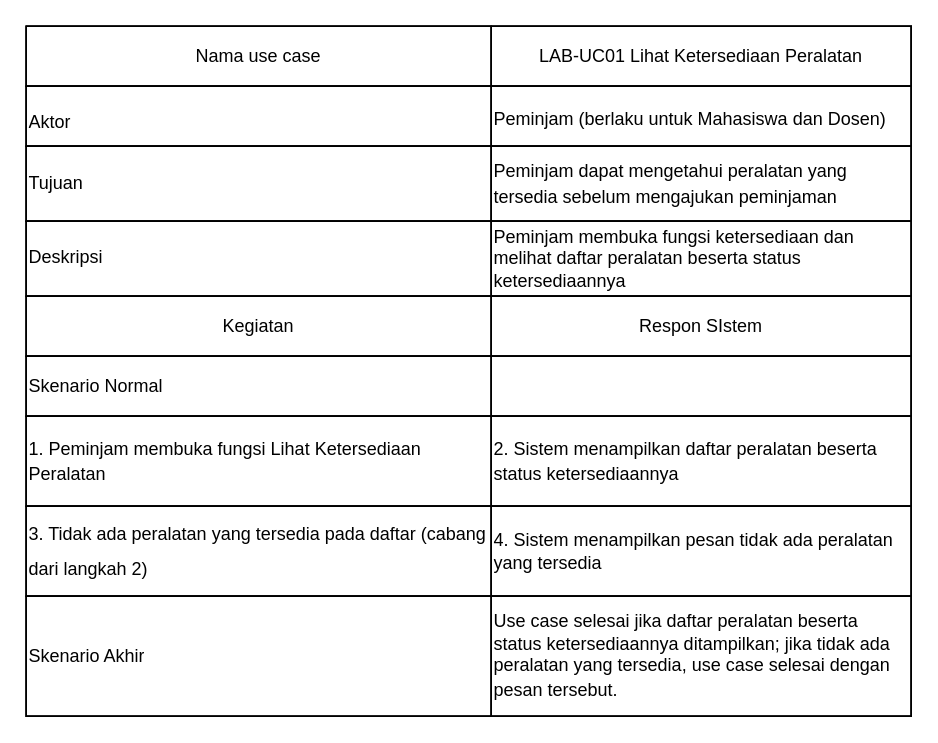
This is page "Page-1" (1 of 12) of 04_model_analisis/P05/LAB/P05_2406033_LAB_skenario_v01.drawio from 2406033-Faisal/IFRWP5149_2406033_LabAlat, a draw.io file, before an edit. Source tidied: cells renumbered, new cells numbered last; positions are measured from the earlier drawing's top-left corner, leaving out a move shared by most shapes. Both pictures are drawn from the tidied source at 150%, with x=0, y=0 at pixel (26, 26).
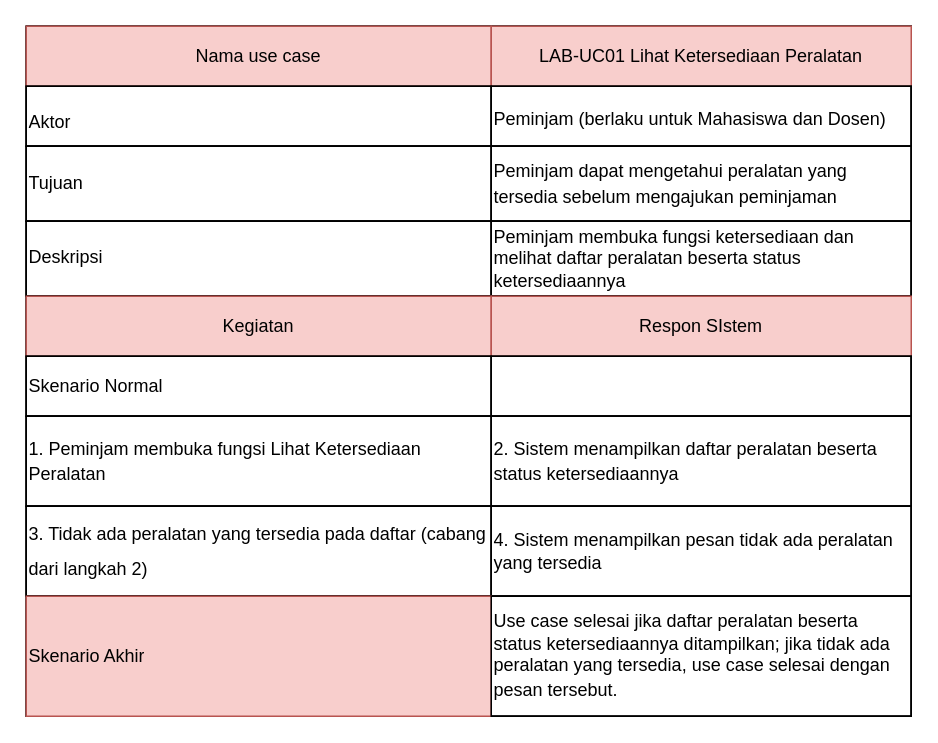
The same page after the edit.

The change refers to these unchanged cells:
```xml
<mxCell id="3" style="shape=tableRow;horizontal=0;startSize=0;swimlaneHead=0;swimlaneBody=0;strokeColor=inherit;fillColor=none;fixedHeader=1;fontFamily=Helvetica;align=center;" parent="2" vertex="1">
  <mxGeometry width="590" height="40" as="geometry" />
</mxCell>
<mxCell id="15" style="shape=tableRow;horizontal=0;startSize=0;swimlaneHead=0;swimlaneBody=0;strokeColor=inherit;fillColor=none;fixedHeader=1;fontFamily=Helvetica;align=left;" parent="2" vertex="1">
  <mxGeometry y="180" width="590" height="40" as="geometry" />
</mxCell>
<mxCell id="27" style="shape=tableRow;horizontal=0;startSize=0;swimlaneHead=0;swimlaneBody=0;strokeColor=inherit;fillColor=none;fixedHeader=1;fontFamily=Helvetica;align=left;" parent="2" vertex="1">
  <mxGeometry y="380" width="590" height="80" as="geometry" />
</mxCell>
```

Diff of the diagram source:
```diff
@@
-    <mxCell id="4" value="&lt;div align=&quot;center&quot;&gt;Nama use case&lt;/div&gt;" style="shape=partialRectangle;html=1;whiteSpace=wrap;strokeColor=inherit;overflow=hidden;fillColor=none;align=center;fontFamily=Helvetica;fontStyle=0;" parent="3" vertex="1">
+    <mxCell id="4" value="&lt;div align=&quot;center&quot;&gt;Nama use case&lt;/div&gt;" style="shape=partialRectangle;html=1;whiteSpace=wrap;strokeColor=#b85450;overflow=hidden;fillColor=#f8cecc;align=center;fontFamily=Helvetica;fontStyle=0;" parent="3" vertex="1">
       <mxGeometry width="310" height="40" as="geometry" />
     </mxCell>
-    <mxCell id="5" value="&lt;div align=&quot;center&quot;&gt;LAB-UC01 Lihat Ketersediaan Peralatan&lt;/div&gt;" style="shape=partialRectangle;html=1;whiteSpace=wrap;strokeColor=inherit;overflow=hidden;fillColor=none;fontFamily=Helvetica;align=center;" parent="3" vertex="1">
+    <mxCell id="5" value="&lt;div align=&quot;center&quot;&gt;LAB-UC01 Lihat Ketersediaan Peralatan&lt;/div&gt;" style="shape=partialRectangle;html=1;whiteSpace=wrap;strokeColor=#b85450;overflow=hidden;fillColor=#f8cecc;fontFamily=Helvetica;align=center;" parent="3" vertex="1">
       <mxGeometry x="310" width="280" height="40" as="geometry" />
     </mxCell>
@@
-    <mxCell id="16" value="&lt;div align=&quot;center&quot;&gt;Kegiatan&lt;/div&gt;" style="shape=partialRectangle;html=1;whiteSpace=wrap;strokeColor=inherit;overflow=hidden;fillColor=none;align=center;fontFamily=Helvetica;fontStyle=0;" parent="15" vertex="1">
+    <mxCell id="16" value="&lt;div align=&quot;center&quot;&gt;Kegiatan&lt;/div&gt;" style="shape=partialRectangle;html=1;whiteSpace=wrap;strokeColor=#b85450;overflow=hidden;fillColor=#f8cecc;align=center;fontFamily=Helvetica;fontStyle=0;" parent="15" vertex="1">
       <mxGeometry width="310" height="40" as="geometry" />
     </mxCell>
-    <mxCell id="17" value="Respon SIstem" style="shape=partialRectangle;html=1;whiteSpace=wrap;strokeColor=inherit;overflow=hidden;fillColor=none;fontFamily=Helvetica;align=center;" parent="15" vertex="1">
+    <mxCell id="17" value="Respon SIstem" style="shape=partialRectangle;html=1;whiteSpace=wrap;strokeColor=#b85450;overflow=hidden;fillColor=#f8cecc;fontFamily=Helvetica;align=center;" parent="15" vertex="1">
       <mxGeometry x="310" width="280" height="40" as="geometry" />
     </mxCell>
@@
-    <mxCell id="28" value="Skenario Akhir" style="shape=partialRectangle;html=1;whiteSpace=wrap;strokeColor=inherit;overflow=hidden;fillColor=none;fontFamily=Helvetica;fontStyle=0;align=left;" parent="27" vertex="1">
+    <mxCell id="28" value="Skenario Akhir" style="shape=partialRectangle;html=1;whiteSpace=wrap;strokeColor=#b85450;overflow=hidden;fillColor=#f8cecc;fontFamily=Helvetica;fontStyle=0;align=left;" parent="27" vertex="1">
       <mxGeometry width="310" height="80" as="geometry" />
     </mxCell>
```
